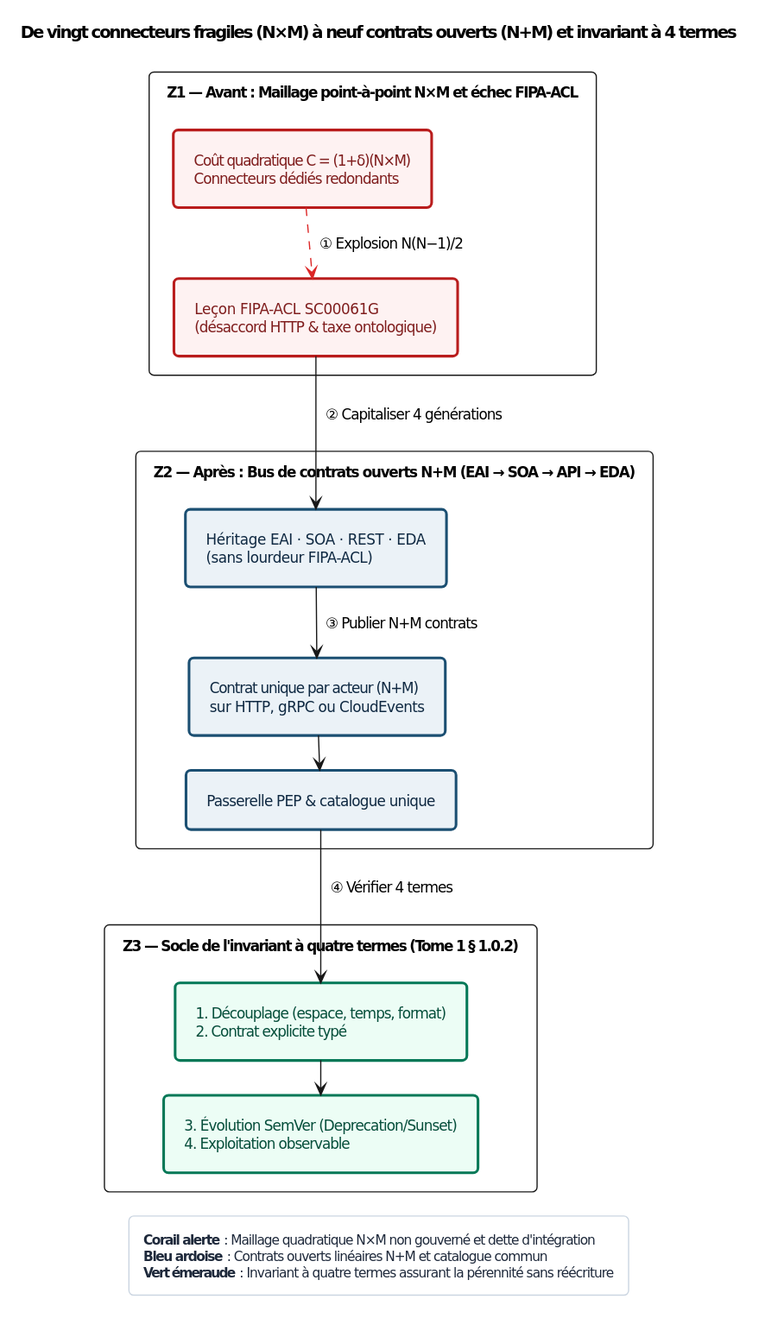
Earlier version of the PlantUML export Sources/Compendium/ouvrage/schemas/rendus/SCH-03-03.svg (agbruneau/Agentique).
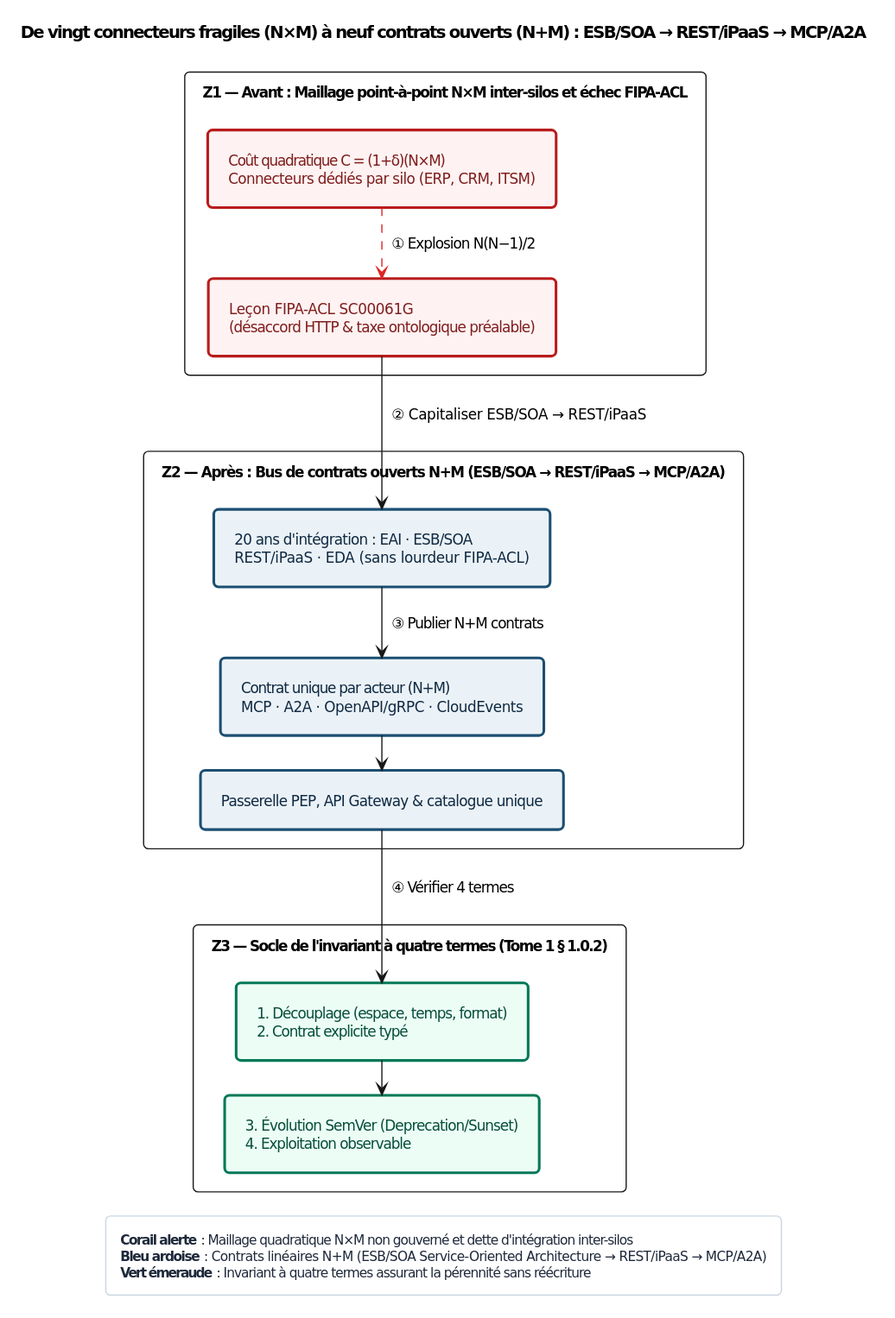
The same file after the commit.

The edit, as a diff of the source:
```diff
@@ -25,19 +25,19 @@
 skinparam padding 7
 
 top to bottom direction
-title De vingt connecteurs fragiles (N×M) à neuf contrats ouverts (N+M) et invariant à 4 termes
+title De vingt connecteurs fragiles (N×M) à neuf contrats ouverts (N+M) : ESB/SOA → REST/iPaaS → MCP/A2A
 
-package "Z1 — Avant : Maillage point-à-point N×M et échec FIPA-ACL" {
-  rectangle "Coût quadratique C = (1+δ)(N×M)\nConnecteurs dédiés redondants" as N1 <<red>>
-  rectangle "Leçon FIPA-ACL SC00061G\n(désaccord HTTP & taxe ontologique)" as N2 <<red>>
+package "Z1 — Avant : Maillage point-à-point N×M inter-silos et échec FIPA-ACL" {
+  rectangle "Coût quadratique C = (1+δ)(N×M)\nConnecteurs dédiés par silo (ERP, CRM, ITSM)" as N1 <<red>>
+  rectangle "Leçon FIPA-ACL SC00061G\n(désaccord HTTP & taxe ontologique préalable)" as N2 <<red>>
   N1 .[#DC2626].> N2 : ① Explosion N(N−1)/2
 }
 
-package "Z2 — Après : Bus de contrats ouverts N+M (EAI → SOA → API → EDA)" {
-  rectangle "Héritage EAI · SOA · REST · EDA\n(sans lourdeur FIPA-ACL)" as N3 <<det>>
-  rectangle "Contrat unique par acteur (N+M)\nsur HTTP, gRPC ou CloudEvents" as N4 <<det>>
-  rectangle "Passerelle PEP & catalogue unique" as N5 <<det>>
-  N2 --> N3 : ② Capitaliser 4 générations
+package "Z2 — Après : Bus de contrats ouverts N+M (ESB/SOA → REST/iPaaS → MCP/A2A)" {
+  rectangle "20 ans d'intégration : EAI · ESB/SOA\nREST/iPaaS · EDA (sans lourdeur FIPA-ACL)" as N3 <<det>>
+  rectangle "Contrat unique par acteur (N+M)\nMCP · A2A · OpenAPI/gRPC · CloudEvents" as N4 <<det>>
+  rectangle "Passerelle PEP, API Gateway & catalogue unique" as N5 <<det>>
+  N2 --> N3 : ② Capitaliser ESB/SOA → REST/iPaaS
   N3 --> N4 : ③ Publier N+M contrats
   N4 --> N5
 }
@@ -50,8 +50,8 @@
 }
 
 legend bottom
-  **Corail alerte** : Maillage quadratique N×M non gouverné et dette d'intégration
-  **Bleu ardoise** : Contrats ouverts linéaires N+M et catalogue commun
+  **Corail alerte** : Maillage quadratique N×M non gouverné et dette d'intégration inter-silos
+  **Bleu ardoise** : Contrats linéaires N+M (ESB/SOA Service-Oriented Architecture → REST/iPaaS → MCP/A2A)
   **Vert émeraude** : Invariant à quatre termes assurant la pérennité sans réécriture
 end legend
 @enduml
```
